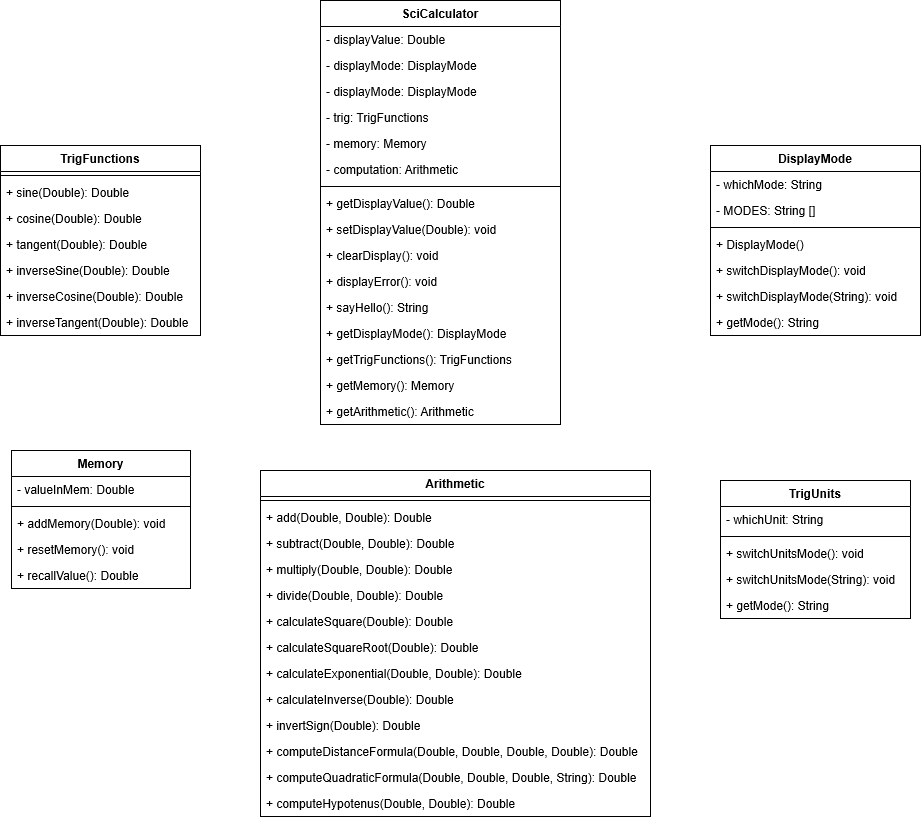
KaveeshaW/StayReadyLab02 keeps this draw.io diagram as umls/SciCalculator.png. Above is the earlier version. Source tidied: cells renumbered, new cells last; positions are measured from the earlier drawing's top-left corner, leaving out a move shared by most shapes.
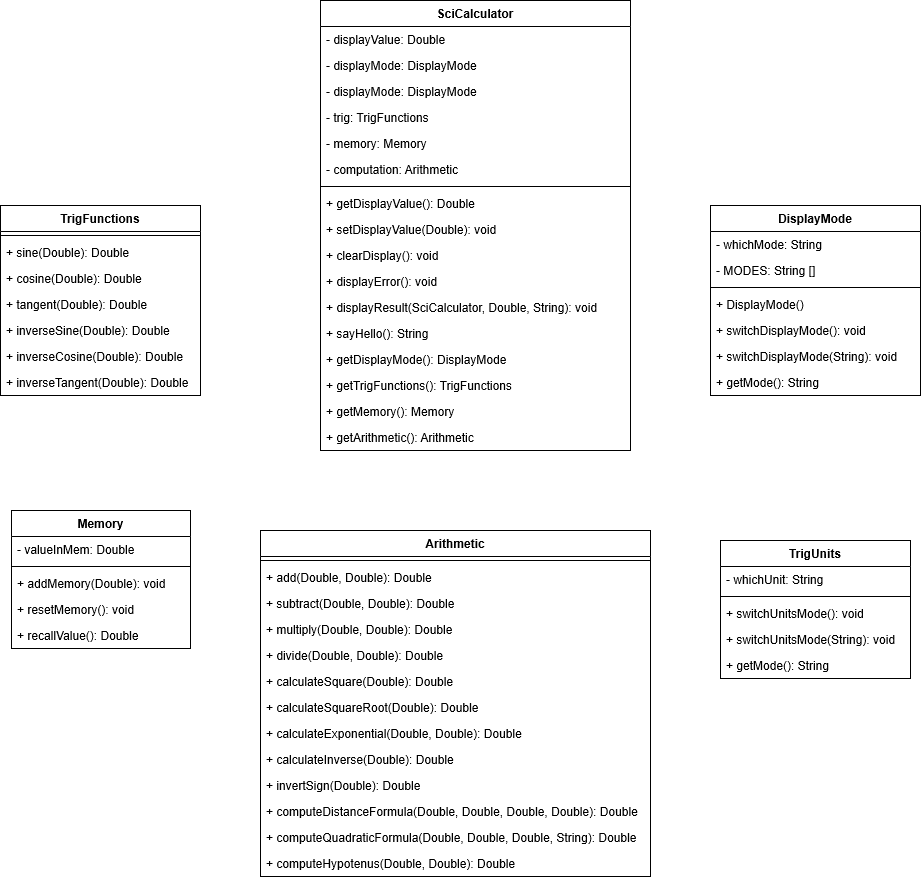
The same diagram one commit later.

Diff of the diagram source:
```diff
@@ -87,55 +87,58 @@
       <mxGeometry y="164" width="200" height="26" as="geometry" />
     </mxCell>
     <mxCell id="30" value="SciCalculator" style="swimlane;fontStyle=1;align=center;verticalAlign=top;horizontal=1;startSize=26;" parent="1" vertex="1">
-      <mxGeometry x="320" width="240" height="424" as="geometry" />
+      <mxGeometry x="320" y="-60" width="310" height="450" as="geometry" />
     </mxCell>
     <mxCell id="31" value="- displayValue: Double" style="text;strokeColor=none;fillColor=none;align=left;verticalAlign=top;spacingLeft=4;spacingRight=4;overflow=hidden;" parent="30" vertex="1">
-      <mxGeometry y="26" width="240" height="26" as="geometry" />
+      <mxGeometry y="26" width="310" height="26" as="geometry" />
     </mxCell>
     <mxCell id="32" value="- displayMode: DisplayMode" style="text;strokeColor=none;fillColor=none;align=left;verticalAlign=top;spacingLeft=4;spacingRight=4;overflow=hidden;" parent="30" vertex="1">
-      <mxGeometry y="52" width="240" height="26" as="geometry" />
+      <mxGeometry y="52" width="310" height="26" as="geometry" />
     </mxCell>
     <mxCell id="33" value="- displayMode: DisplayMode" style="text;strokeColor=none;fillColor=none;align=left;verticalAlign=top;spacingLeft=4;spacingRight=4;overflow=hidden;" parent="30" vertex="1">
-      <mxGeometry y="78" width="240" height="26" as="geometry" />
+      <mxGeometry y="78" width="310" height="26" as="geometry" />
     </mxCell>
     <mxCell id="34" value="- trig: TrigFunctions" style="text;strokeColor=none;fillColor=none;align=left;verticalAlign=top;spacingLeft=4;spacingRight=4;overflow=hidden;" parent="30" vertex="1">
-      <mxGeometry y="104" width="240" height="26" as="geometry" />
+      <mxGeometry y="104" width="310" height="26" as="geometry" />
     </mxCell>
     <mxCell id="35" value="- memory: Memory" style="text;strokeColor=none;fillColor=none;align=left;verticalAlign=top;spacingLeft=4;spacingRight=4;overflow=hidden;" parent="30" vertex="1">
-      <mxGeometry y="130" width="240" height="26" as="geometry" />
+      <mxGeometry y="130" width="310" height="26" as="geometry" />
     </mxCell>
     <mxCell id="36" value="- computation: Arithmetic" style="text;strokeColor=none;fillColor=none;align=left;verticalAlign=top;spacingLeft=4;spacingRight=4;overflow=hidden;" parent="30" vertex="1">
-      <mxGeometry y="156" width="240" height="26" as="geometry" />
+      <mxGeometry y="156" width="310" height="26" as="geometry" />
     </mxCell>
     <mxCell id="37" style="line;strokeWidth=1;fillColor=none;align=left;verticalAlign=middle;spacingTop=-1;spacingLeft=3;spacingRight=3;labelPosition=right;" parent="30" vertex="1">
-      <mxGeometry y="182" width="240" height="8" as="geometry" />
+      <mxGeometry y="182" width="310" height="8" as="geometry" />
     </mxCell>
     <mxCell id="38" value="+ getDisplayValue(): Double" style="text;strokeColor=none;fillColor=none;align=left;verticalAlign=top;spacingLeft=4;spacingRight=4;overflow=hidden;" parent="30" vertex="1">
-      <mxGeometry y="190" width="240" height="26" as="geometry" />
+      <mxGeometry y="190" width="310" height="26" as="geometry" />
     </mxCell>
     <mxCell id="39" value="+ setDisplayValue(Double): void" style="text;strokeColor=none;fillColor=none;align=left;verticalAlign=top;spacingLeft=4;spacingRight=4;overflow=hidden;" parent="30" vertex="1">
-      <mxGeometry y="216" width="240" height="26" as="geometry" />
+      <mxGeometry y="216" width="310" height="26" as="geometry" />
     </mxCell>
     <mxCell id="40" value="+ clearDisplay(): void" style="text;strokeColor=none;fillColor=none;align=left;verticalAlign=top;spacingLeft=4;spacingRight=4;overflow=hidden;" parent="30" vertex="1">
-      <mxGeometry y="242" width="240" height="26" as="geometry" />
+      <mxGeometry y="242" width="310" height="26" as="geometry" />
     </mxCell>
     <mxCell id="41" value="+ displayError(): void" style="text;strokeColor=none;fillColor=none;align=left;verticalAlign=top;spacingLeft=4;spacingRight=4;overflow=hidden;" parent="30" vertex="1">
-      <mxGeometry y="268" width="240" height="26" as="geometry" />
+      <mxGeometry y="268" width="310" height="26" as="geometry" />
     </mxCell>
+    <mxCell id="61" value="+ displayResult(SciCalculator, Double, String): void" style="text;strokeColor=none;fillColor=none;align=left;verticalAlign=top;spacingLeft=4;spacingRight=4;overflow=hidden;" parent="30" vertex="1">
+      <mxGeometry y="294" width="310" height="26" as="geometry" />
+    </mxCell>
     <mxCell id="42" value="+ sayHello(): String" style="text;strokeColor=none;fillColor=none;align=left;verticalAlign=top;spacingLeft=4;spacingRight=4;overflow=hidden;" parent="30" vertex="1">
-      <mxGeometry y="294" width="240" height="26" as="geometry" />
+      <mxGeometry y="320" width="310" height="26" as="geometry" />
     </mxCell>
     <mxCell id="43" value="+ getDisplayMode(): DisplayMode" style="text;strokeColor=none;fillColor=none;align=left;verticalAlign=top;spacingLeft=4;spacingRight=4;overflow=hidden;" parent="30" vertex="1">
-      <mxGeometry y="320" width="240" height="26" as="geometry" />
+      <mxGeometry y="346" width="310" height="26" as="geometry" />
     </mxCell>
     <mxCell id="44" value="+ getTrigFunctions(): TrigFunctions" style="text;strokeColor=none;fillColor=none;align=left;verticalAlign=top;spacingLeft=4;spacingRight=4;overflow=hidden;" parent="30" vertex="1">
-      <mxGeometry y="346" width="240" height="26" as="geometry" />
+      <mxGeometry y="372" width="310" height="26" as="geometry" />
     </mxCell>
     <mxCell id="45" value="+ getMemory(): Memory" style="text;strokeColor=none;fillColor=none;align=left;verticalAlign=top;spacingLeft=4;spacingRight=4;overflow=hidden;" parent="30" vertex="1">
-      <mxGeometry y="372" width="240" height="26" as="geometry" />
+      <mxGeometry y="398" width="310" height="26" as="geometry" />
     </mxCell>
     <mxCell id="46" value="+ getArithmetic(): Arithmetic" style="text;strokeColor=none;fillColor=none;align=left;verticalAlign=top;spacingLeft=4;spacingRight=4;overflow=hidden;" parent="30" vertex="1">
-      <mxGeometry y="398" width="240" height="26" as="geometry" />
+      <mxGeometry y="424" width="310" height="26" as="geometry" />
     </mxCell>
     <mxCell id="47" value="TrigUnits" style="swimlane;fontStyle=1;align=center;verticalAlign=top;horizontal=1;startSize=26;" parent="1" vertex="1">
       <mxGeometry x="720" y="480" width="190" height="138" as="geometry" />
```
